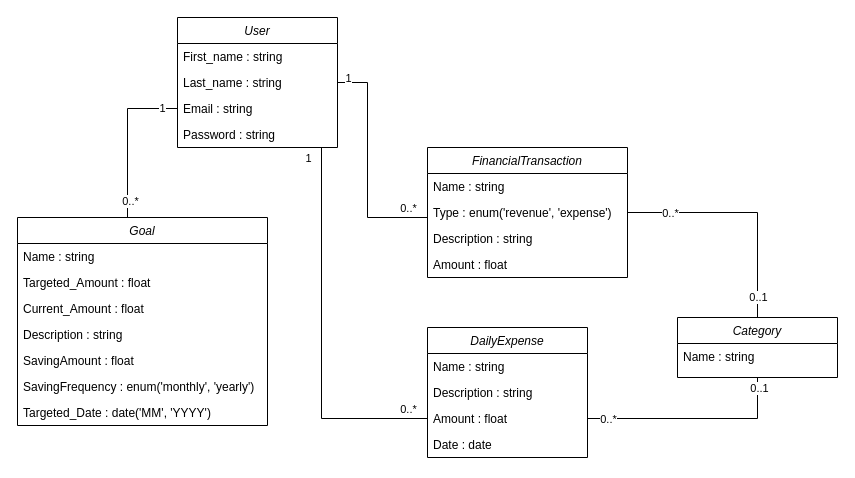
Ayope/ClearMoney.com keeps this draw.io diagram as conception/classDiagram.drawio. Above is the earlier version. Source tidied: cells renumbered, new cells numbered last; positions are measured from the earlier drawing's top-left corner, leaving out a move shared by most shapes. Both pictures are drawn from the tidied source at 100%, with x=0, y=0 at pixel (17, 17).
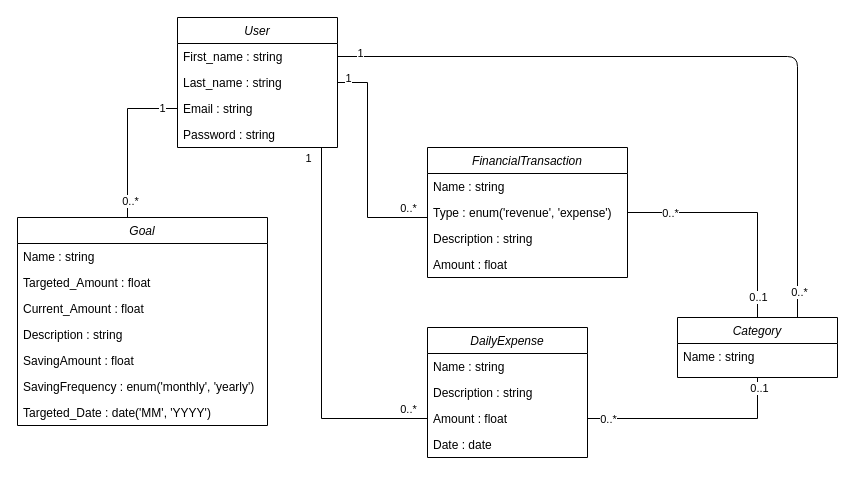
The same diagram, later.

Unchanged cells that the change refers to:
```xml
<mxCell id="3" value="First_name : string" style="text;align=left;verticalAlign=top;spacingLeft=4;spacingRight=4;overflow=hidden;points=[[0,0.5],[1,0.5]];portConstraint=eastwest;" parent="2" vertex="1">
  <mxGeometry y="26" width="160" height="26" as="geometry" />
</mxCell>
<mxCell id="20" value="Category" style="swimlane;fontStyle=2;align=center;verticalAlign=top;horizontal=1;startSize=26;rounded=0;shadow=0;strokeWidth=1;" parent="1" vertex="1">
  <mxGeometry x="660" y="300" width="160" height="60" as="geometry" />
</mxCell>
```

Change to the diagram source:
```diff
@@
+    <mxCell id="42" style="edgeStyle=orthogonalEdgeStyle;html=1;exitX=0.75;exitY=0;exitDx=0;exitDy=0;entryX=1;entryY=0.5;entryDx=0;entryDy=0;endArrow=none;endFill=0;" parent="1" edge="1" source="20" target="3">
+      <mxGeometry relative="1" as="geometry" />
+    </mxCell>
+    <mxCell id="43" value="1" style="edgeLabel;html=1;align=center;verticalAlign=middle;" parent="42" vertex="1">
+      <mxGeometry x="0.94" y="-4" relative="1" as="geometry" />
+    </mxCell>
+    <mxCell id="44" value="0..*" style="edgeLabel;html=1;align=center;verticalAlign=middle;" parent="42" vertex="1">
+      <mxGeometry x="-0.93" y="-1" relative="1" as="geometry">
+        <mxPoint y="-1" as="offset" />
+      </mxGeometry>
+    </mxCell>
```
